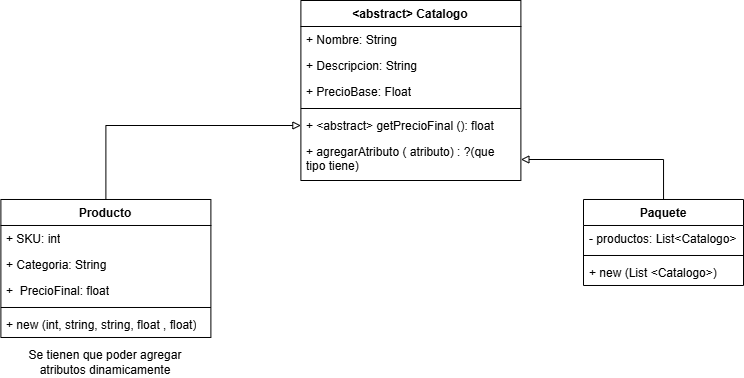
Before: src/Catalogo/UML.png, a diagram exported from draw.io (saenzlucas/UNQShop). Source tidied: cells renumbered, new cells last; positions are measured from the earlier drawing's top-left corner, leaving out a move shared by most shapes. Its diagram source:
```xml
<mxGraphModel>
  <root>
    <mxCell id="0" />
    <mxCell id="1" parent="0" />
    <mxCell id="2" style="edgeStyle=orthogonalEdgeStyle;rounded=0;jettySize=auto;html=1;endArrow=block;endFill=0;" parent="1" edge="1" source="3" target="14">
      <mxGeometry relative="1" as="geometry" />
    </mxCell>
    <mxCell id="3" value="Producto" style="swimlane;fontStyle=1;align=center;verticalAlign=top;horizontal=1;startSize=26;whiteSpace=wrap;html=1;" parent="1" vertex="1">
      <mxGeometry x="0.4" y="199" width="210" height="138" as="geometry" />
    </mxCell>
    <mxCell id="4" value="+ SKU: int" style="text;strokeColor=none;fillColor=none;align=left;verticalAlign=top;spacingLeft=4;spacingRight=4;overflow=hidden;whiteSpace=wrap;html=1;" parent="3" vertex="1">
      <mxGeometry y="26" width="210" height="26" as="geometry" />
    </mxCell>
    <mxCell id="5" value="+ Categoria: String" style="text;strokeColor=none;fillColor=none;align=left;verticalAlign=top;spacingLeft=4;spacingRight=4;overflow=hidden;whiteSpace=wrap;html=1;" parent="3" vertex="1">
      <mxGeometry y="52" width="210" height="26" as="geometry" />
    </mxCell>
    <mxCell id="6" value="+&amp;nbsp; PrecioFinal: float" style="text;strokeColor=none;fillColor=none;align=left;verticalAlign=top;spacingLeft=4;spacingRight=4;overflow=hidden;whiteSpace=wrap;html=1;" parent="3" vertex="1">
      <mxGeometry y="78" width="210" height="26" as="geometry" />
    </mxCell>
    <mxCell id="7" style="line;strokeWidth=1;fillColor=none;align=left;verticalAlign=middle;spacingTop=-1;spacingLeft=3;spacingRight=3;labelPosition=right;strokeColor=inherit;" parent="3" vertex="1">
      <mxGeometry y="104" width="210" height="8" as="geometry" />
    </mxCell>
    <mxCell id="8" value="+ new (int, string, string, float , float)" style="text;strokeColor=none;fillColor=none;align=left;verticalAlign=top;spacingLeft=4;spacingRight=4;overflow=hidden;whiteSpace=wrap;html=1;" parent="3" vertex="1">
      <mxGeometry y="112" width="210" height="26" as="geometry" />
    </mxCell>
    <mxCell id="9" value="&amp;lt;&lt;span style=&quot;background-color: transparent; color: light-dark(rgb(0, 0, 0), rgb(255, 255, 255));&quot;&gt;abstract&amp;gt; Catalogo&lt;/span&gt;" style="swimlane;fontStyle=1;align=center;verticalAlign=top;horizontal=1;startSize=26;whiteSpace=wrap;html=1;" parent="1" vertex="1">
      <mxGeometry x="300.4" width="220" height="180" as="geometry" />
    </mxCell>
    <mxCell id="10" value="+ Nombre: String" style="text;strokeColor=none;fillColor=none;align=left;verticalAlign=top;spacingLeft=4;spacingRight=4;overflow=hidden;whiteSpace=wrap;html=1;" parent="9" vertex="1">
      <mxGeometry y="26" width="220" height="26" as="geometry" />
    </mxCell>
    <mxCell id="11" value="+ Descripcion: String" style="text;strokeColor=none;fillColor=none;align=left;verticalAlign=top;spacingLeft=4;spacingRight=4;overflow=hidden;whiteSpace=wrap;html=1;" parent="9" vertex="1">
      <mxGeometry y="52" width="220" height="26" as="geometry" />
    </mxCell>
    <mxCell id="12" value="+ PrecioBase: Float" style="text;strokeColor=none;fillColor=none;align=left;verticalAlign=top;spacingLeft=4;spacingRight=4;overflow=hidden;whiteSpace=wrap;html=1;" parent="9" vertex="1">
      <mxGeometry y="78" width="220" height="26" as="geometry" />
    </mxCell>
    <mxCell id="13" style="line;strokeWidth=1;fillColor=none;align=left;verticalAlign=middle;spacingTop=-1;spacingLeft=3;spacingRight=3;labelPosition=right;strokeColor=inherit;" parent="9" vertex="1">
      <mxGeometry y="104" width="220" height="8" as="geometry" />
    </mxCell>
    <mxCell id="14" value="+ &amp;lt;abstract&amp;gt; getPrecioFinal (): float&lt;div&gt;&lt;br&gt;&lt;/div&gt;" style="text;strokeColor=none;fillColor=none;align=left;verticalAlign=top;spacingLeft=4;spacingRight=4;overflow=hidden;points=[[0,0.5],[1,0.5]];portConstraint=eastwest;whiteSpace=wrap;html=1;" parent="9" vertex="1">
      <mxGeometry y="112" width="220" height="26" as="geometry" />
    </mxCell>
    <mxCell id="15" value="&lt;div&gt;+ agregarAtributo ( atributo) &lt;span style=&quot;color: light-dark(rgb(0, 0, 0), rgb(255, 255, 255)); background-color: transparent;&quot;&gt;: ?(que tipo tiene)&lt;/span&gt;&lt;/div&gt;" style="text;strokeColor=none;fillColor=none;align=left;verticalAlign=top;spacingLeft=4;spacingRight=4;overflow=hidden;points=[[0,0.5],[1,0.5]];portConstraint=eastwest;whiteSpace=wrap;html=1;" parent="9" vertex="1">
      <mxGeometry y="138" width="220" height="42" as="geometry" />
    </mxCell>
    <mxCell id="16" value="Se tienen que poder agregar atributos dinamicamente" style="text;html=1;whiteSpace=wrap;strokeColor=none;fillColor=none;align=center;verticalAlign=middle;rounded=0;" parent="1" vertex="1">
      <mxGeometry x="15.4" y="347" width="180" height="30" as="geometry" />
    </mxCell>
    <mxCell id="17" style="edgeStyle=orthogonalEdgeStyle;rounded=0;jettySize=auto;html=1;endArrow=block;endFill=0;" parent="1" edge="1" source="18" target="15">
      <mxGeometry relative="1" as="geometry" />
    </mxCell>
    <mxCell id="18" value="Paquete" style="swimlane;fontStyle=1;align=center;verticalAlign=top;horizontal=1;startSize=26;whiteSpace=wrap;html=1;" parent="1" vertex="1">
      <mxGeometry x="583" y="199" width="160" height="86" as="geometry" />
    </mxCell>
    <mxCell id="19" value="- productos: List&amp;lt;Catalogo&amp;gt;" style="text;strokeColor=none;fillColor=none;align=left;verticalAlign=top;spacingLeft=4;spacingRight=4;overflow=hidden;whiteSpace=wrap;html=1;" parent="18" vertex="1">
      <mxGeometry y="26" width="160" height="26" as="geometry" />
    </mxCell>
    <mxCell id="20" style="line;strokeWidth=1;fillColor=none;align=left;verticalAlign=middle;spacingTop=-1;spacingLeft=3;spacingRight=3;labelPosition=right;strokeColor=inherit;" parent="18" vertex="1">
      <mxGeometry y="52" width="160" height="8" as="geometry" />
    </mxCell>
    <mxCell id="21" value="+ new (List &amp;lt;Catalogo&amp;gt;)" style="text;strokeColor=none;fillColor=none;align=left;verticalAlign=top;spacingLeft=4;spacingRight=4;overflow=hidden;whiteSpace=wrap;html=1;" parent="18" vertex="1">
      <mxGeometry y="60" width="160" height="26" as="geometry" />
    </mxCell>
  </root>
</mxGraphModel>
```
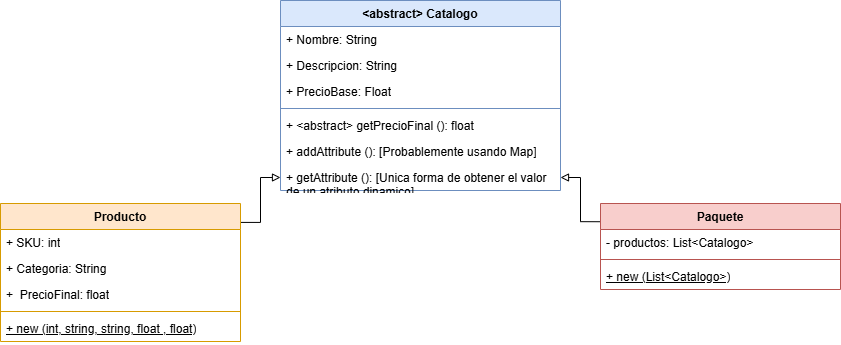
After the commit.

Commit message:
Se actualiza el UML

Diff of the diagram source:
```diff
@@ -2,65 +2,65 @@
   <root>
     <mxCell id="0" />
     <mxCell id="1" parent="0" />
-    <mxCell id="2" style="edgeStyle=orthogonalEdgeStyle;rounded=0;jettySize=auto;html=1;endArrow=block;endFill=0;" parent="1" edge="1" source="3" target="14">
-      <mxGeometry relative="1" as="geometry" />
-    </mxCell>
+    <mxCell id="22" style="edgeStyle=orthogonalEdgeStyle;rounded=0;jettySize=auto;html=1;endArrow=block;endFill=0;entryX=0;entryY=0.5;entryDx=0;entryDy=0;exitX=0.999;exitY=0.137;exitDx=0;exitDy=0;exitPerimeter=0;" parent="1" edge="1" source="3" target="26">
+      <mxGeometry relative="1" as="geometry" />
+    </mxCell>
-    <mxCell id="3" value="Producto" style="swimlane;fontStyle=1;align=center;verticalAlign=top;horizontal=1;startSize=26;whiteSpace=wrap;html=1;" parent="1" vertex="1">
-      <mxGeometry x="0.4" y="199" width="210" height="138" as="geometry" />
+    <mxCell id="3" value="Producto" style="swimlane;fontStyle=1;align=center;verticalAlign=top;horizontal=1;startSize=26;whiteSpace=wrap;html=1;fillColor=#ffe6cc;strokeColor=#d79b00;" parent="1" vertex="1">
+      <mxGeometry x="-117" y="-160" width="240" height="138" as="geometry" />
     </mxCell>
     <mxCell id="4" value="+ SKU: int" style="text;strokeColor=none;fillColor=none;align=left;verticalAlign=top;spacingLeft=4;spacingRight=4;overflow=hidden;whiteSpace=wrap;html=1;" parent="3" vertex="1">
-      <mxGeometry y="26" width="210" height="26" as="geometry" />
+      <mxGeometry y="26" width="240" height="26" as="geometry" />
     </mxCell>
     <mxCell id="5" value="+ Categoria: String" style="text;strokeColor=none;fillColor=none;align=left;verticalAlign=top;spacingLeft=4;spacingRight=4;overflow=hidden;whiteSpace=wrap;html=1;" parent="3" vertex="1">
-      <mxGeometry y="52" width="210" height="26" as="geometry" />
+      <mxGeometry y="52" width="240" height="26" as="geometry" />
     </mxCell>
     <mxCell id="6" value="+&amp;nbsp; PrecioFinal: float" style="text;strokeColor=none;fillColor=none;align=left;verticalAlign=top;spacingLeft=4;spacingRight=4;overflow=hidden;whiteSpace=wrap;html=1;" parent="3" vertex="1">
-      <mxGeometry y="78" width="210" height="26" as="geometry" />
+      <mxGeometry y="78" width="240" height="26" as="geometry" />
     </mxCell>
-    <mxCell id="7" style="line;strokeWidth=1;fillColor=none;align=left;verticalAlign=middle;spacingTop=-1;spacingLeft=3;spacingRight=3;labelPosition=right;strokeColor=inherit;" parent="3" vertex="1">
-      <mxGeometry y="104" width="210" height="8" as="geometry" />
-    </mxCell>
+    <mxCell id="23" style="line;strokeWidth=1;fillColor=none;align=left;verticalAlign=middle;spacingTop=-1;spacingLeft=3;spacingRight=3;labelPosition=right;strokeColor=inherit;" parent="3" vertex="1">
+      <mxGeometry y="104" width="240" height="8" as="geometry" />
+    </mxCell>
-    <mxCell id="8" value="+ new (int, string, string, float , float)" style="text;strokeColor=none;fillColor=none;align=left;verticalAlign=top;spacingLeft=4;spacingRight=4;overflow=hidden;whiteSpace=wrap;html=1;" parent="3" vertex="1">
-      <mxGeometry y="112" width="210" height="26" as="geometry" />
+    <mxCell id="8" value="+ new (int, string, string, float , float)" style="text;strokeColor=none;fillColor=none;align=left;verticalAlign=top;spacingLeft=4;spacingRight=4;overflow=hidden;whiteSpace=wrap;html=1;fontStyle=4;" parent="3" vertex="1">
+      <mxGeometry y="112" width="240" height="26" as="geometry" />
     </mxCell>
-    <mxCell id="9" value="&amp;lt;&lt;span style=&quot;background-color: transparent; color: light-dark(rgb(0, 0, 0), rgb(255, 255, 255));&quot;&gt;abstract&amp;gt; Catalogo&lt;/span&gt;" style="swimlane;fontStyle=1;align=center;verticalAlign=top;horizontal=1;startSize=26;whiteSpace=wrap;html=1;" parent="1" vertex="1">
-      <mxGeometry x="300.4" width="220" height="180" as="geometry" />
+    <mxCell id="9" value="&amp;lt;&lt;span style=&quot;background-color: transparent; color: light-dark(rgb(0, 0, 0), rgb(255, 255, 255));&quot;&gt;abstract&amp;gt; Catalogo&lt;/span&gt;" style="swimlane;fontStyle=1;align=center;verticalAlign=top;horizontal=1;startSize=26;whiteSpace=wrap;html=1;fillColor=#dae8fc;strokeColor=#6c8ebf;" parent="1" vertex="1">
+      <mxGeometry x="163" y="-363" width="280" height="190" as="geometry" />
     </mxCell>
     <mxCell id="10" value="+ Nombre: String" style="text;strokeColor=none;fillColor=none;align=left;verticalAlign=top;spacingLeft=4;spacingRight=4;overflow=hidden;whiteSpace=wrap;html=1;" parent="9" vertex="1">
-      <mxGeometry y="26" width="220" height="26" as="geometry" />
+      <mxGeometry y="26" width="280" height="26" as="geometry" />
     </mxCell>
     <mxCell id="11" value="+ Descripcion: String" style="text;strokeColor=none;fillColor=none;align=left;verticalAlign=top;spacingLeft=4;spacingRight=4;overflow=hidden;whiteSpace=wrap;html=1;" parent="9" vertex="1">
-      <mxGeometry y="52" width="220" height="26" as="geometry" />
+      <mxGeometry y="52" width="280" height="26" as="geometry" />
     </mxCell>
     <mxCell id="12" value="+ PrecioBase: Float" style="text;strokeColor=none;fillColor=none;align=left;verticalAlign=top;spacingLeft=4;spacingRight=4;overflow=hidden;whiteSpace=wrap;html=1;" parent="9" vertex="1">
-      <mxGeometry y="78" width="220" height="26" as="geometry" />
+      <mxGeometry y="78" width="280" height="26" as="geometry" />
     </mxCell>
-    <mxCell id="13" style="line;strokeWidth=1;fillColor=none;align=left;verticalAlign=middle;spacingTop=-1;spacingLeft=3;spacingRight=3;labelPosition=right;strokeColor=inherit;" parent="9" vertex="1">
-      <mxGeometry y="104" width="220" height="8" as="geometry" />
-    </mxCell>
+    <mxCell id="24" style="line;strokeWidth=1;fillColor=none;align=left;verticalAlign=middle;spacingTop=-1;spacingLeft=3;spacingRight=3;labelPosition=right;strokeColor=inherit;" parent="9" vertex="1">
+      <mxGeometry y="104" width="280" height="8" as="geometry" />
+    </mxCell>
     <mxCell id="14" value="+ &amp;lt;abstract&amp;gt; getPrecioFinal (): float&lt;div&gt;&lt;br&gt;&lt;/div&gt;" style="text;strokeColor=none;fillColor=none;align=left;verticalAlign=top;spacingLeft=4;spacingRight=4;overflow=hidden;points=[[0,0.5],[1,0.5]];portConstraint=eastwest;whiteSpace=wrap;html=1;" parent="9" vertex="1">
-      <mxGeometry y="112" width="220" height="26" as="geometry" />
+      <mxGeometry y="112" width="280" height="26" as="geometry" />
     </mxCell>
-    <mxCell id="15" value="&lt;div&gt;+ agregarAtributo ( atributo) &lt;span style=&quot;color: light-dark(rgb(0, 0, 0), rgb(255, 255, 255)); background-color: transparent;&quot;&gt;: ?(que tipo tiene)&lt;/span&gt;&lt;/div&gt;" style="text;strokeColor=none;fillColor=none;align=left;verticalAlign=top;spacingLeft=4;spacingRight=4;overflow=hidden;points=[[0,0.5],[1,0.5]];portConstraint=eastwest;whiteSpace=wrap;html=1;" parent="9" vertex="1">
-      <mxGeometry y="138" width="220" height="42" as="geometry" />
-    </mxCell>
-    <mxCell id="16" value="Se tienen que poder agregar atributos dinamicamente" style="text;html=1;whiteSpace=wrap;strokeColor=none;fillColor=none;align=center;verticalAlign=middle;rounded=0;" parent="1" vertex="1">
-      <mxGeometry x="15.4" y="347" width="180" height="30" as="geometry" />
-    </mxCell>
-    <mxCell id="17" style="edgeStyle=orthogonalEdgeStyle;rounded=0;jettySize=auto;html=1;endArrow=block;endFill=0;" parent="1" edge="1" source="18" target="15">
-      <mxGeometry relative="1" as="geometry" />
-    </mxCell>
+    <mxCell id="25" value="&lt;div&gt;+ addAttribute (): [Probablemente usando Map]&lt;/div&gt;" style="text;strokeColor=none;fillColor=none;align=left;verticalAlign=top;spacingLeft=4;spacingRight=4;overflow=hidden;whiteSpace=wrap;html=1;" parent="9" vertex="1">
+      <mxGeometry y="138" width="280" height="26" as="geometry" />
+    </mxCell>
+    <mxCell id="26" value="&lt;div&gt;+ getAttribute ():&amp;nbsp;&lt;span style=&quot;background-color: transparent; color: light-dark(rgb(0, 0, 0), rgb(255, 255, 255));&quot;&gt;[Unica forma de obtener el valor de un atributo dinamico]&lt;/span&gt;&lt;/div&gt;" style="text;strokeColor=none;fillColor=none;align=left;verticalAlign=top;spacingLeft=4;spacingRight=4;overflow=hidden;points=[[0,0.5],[1,0.5]];portConstraint=eastwest;whiteSpace=wrap;html=1;" parent="9" vertex="1">
+      <mxGeometry y="164" width="280" height="26" as="geometry" />
+    </mxCell>
+    <mxCell id="27" style="edgeStyle=orthogonalEdgeStyle;rounded=0;jettySize=auto;html=1;endArrow=block;endFill=0;exitX=0.004;exitY=0.212;exitDx=0;exitDy=0;exitPerimeter=0;" parent="1" edge="1" source="18" target="26">
+      <mxGeometry relative="1" as="geometry" />
+    </mxCell>
-    <mxCell id="18" value="Paquete" style="swimlane;fontStyle=1;align=center;verticalAlign=top;horizontal=1;startSize=26;whiteSpace=wrap;html=1;" parent="1" vertex="1">
-      <mxGeometry x="583" y="199" width="160" height="86" as="geometry" />
+    <mxCell id="18" value="Paquete" style="swimlane;fontStyle=1;align=center;verticalAlign=top;horizontal=1;startSize=26;whiteSpace=wrap;html=1;fillColor=#f8cecc;strokeColor=#b85450;" parent="1" vertex="1">
+      <mxGeometry x="483" y="-160" width="240" height="86" as="geometry" />
     </mxCell>
     <mxCell id="19" value="- productos: List&amp;lt;Catalogo&amp;gt;" style="text;strokeColor=none;fillColor=none;align=left;verticalAlign=top;spacingLeft=4;spacingRight=4;overflow=hidden;whiteSpace=wrap;html=1;" parent="18" vertex="1">
-      <mxGeometry y="26" width="160" height="26" as="geometry" />
+      <mxGeometry y="26" width="240" height="26" as="geometry" />
     </mxCell>
-    <mxCell id="20" style="line;strokeWidth=1;fillColor=none;align=left;verticalAlign=middle;spacingTop=-1;spacingLeft=3;spacingRight=3;labelPosition=right;strokeColor=inherit;" parent="18" vertex="1">
-      <mxGeometry y="52" width="160" height="8" as="geometry" />
-    </mxCell>
-    <mxCell id="21" value="+ new (List &amp;lt;Catalogo&amp;gt;)" style="text;strokeColor=none;fillColor=none;align=left;verticalAlign=top;spacingLeft=4;spacingRight=4;overflow=hidden;whiteSpace=wrap;html=1;" parent="18" vertex="1">
-      <mxGeometry y="60" width="160" height="26" as="geometry" />
-    </mxCell>
+    <mxCell id="28" style="line;strokeWidth=1;fillColor=none;align=left;verticalAlign=middle;spacingTop=-1;spacingLeft=3;spacingRight=3;labelPosition=right;strokeColor=inherit;" parent="18" vertex="1">
+      <mxGeometry y="52" width="240" height="8" as="geometry" />
+    </mxCell>
+    <mxCell id="29" value="+ new (List&amp;lt;Catalogo&amp;gt;)" style="text;strokeColor=none;fillColor=none;align=left;verticalAlign=top;spacingLeft=4;spacingRight=4;overflow=hidden;whiteSpace=wrap;html=1;fontStyle=4;" parent="18" vertex="1">
+      <mxGeometry y="60" width="240" height="26" as="geometry" />
+    </mxCell>
   </root>
 </mxGraphModel>
```
